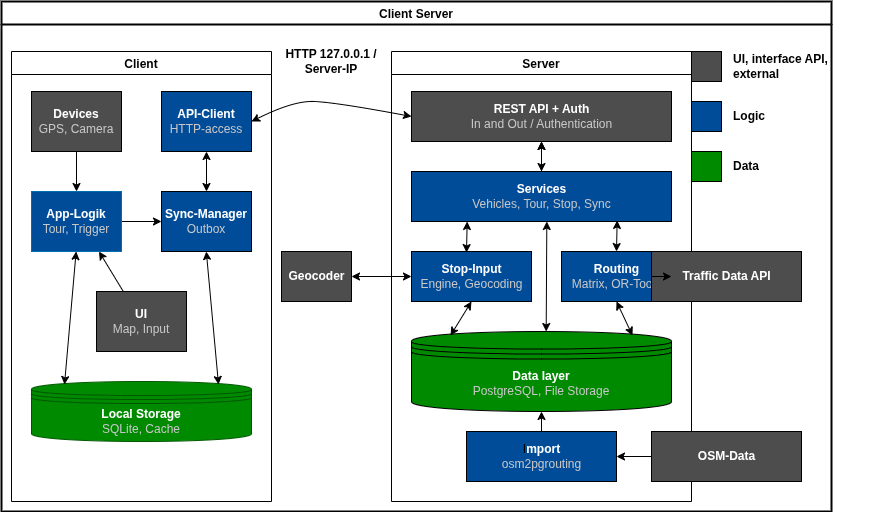
This is docs/architecture/data-architecture.drawio.png from gabrielbindi/VoBi-Tour, a draw.io export, as it was before one commit. Source tidied: cells renumbered, new cells last; positions are measured from the earlier drawing's top-left corner, leaving out a move shared by most shapes.
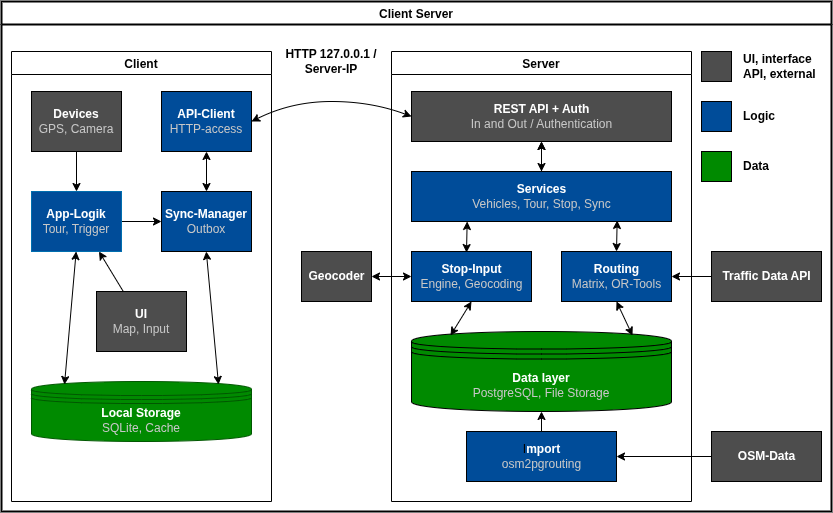
After the change.

The edit, as a diff of the source:
```diff
@@ -50,11 +50,6 @@
     <mxCell id="16" style="endArrow=classic;startArrow=classic;html=1;entryX=0.5;entryY=1;entryDx=0;entryDy=0;exitX=0.15;exitY=0.05;exitDx=0;exitDy=0;strokeColor=#000000;exitPerimeter=0;" parent="3" edge="1" source="6" target="14">
       <mxGeometry relative="1" as="geometry" />
     </mxCell>
-    <mxCell id="17" style="endArrow=classic;startArrow=classic;html=1;strokeColor=#000000;fontColor=#C7C7C7;entryX=0.791;entryY=0.979;entryDx=0;entryDy=0;exitX=0.518;exitY=0;exitDx=0;exitDy=0;entryPerimeter=0;exitPerimeter=0;" parent="3" edge="1" source="6">
-      <mxGeometry relative="1" as="geometry">
-        <mxPoint x="155.3" y="170" as="targetPoint" />
-      </mxGeometry>
-    </mxCell>
     <mxCell id="18" value="Client" style="swimlane;strokeColor=#000000;" parent="2" vertex="1">
       <mxGeometry x="10" y="50" width="260" height="450" as="geometry" />
     </mxCell>
@@ -101,7 +96,7 @@
     <mxCell id="31" style="curved=1;endArrow=classic;html=1;exitX=0;exitY=0.5;exitDx=0;exitDy=0;entryX=1;entryY=0.5;entryDx=0;entryDy=0;strokeColor=#000000;endFill=1;startArrow=classic;startFill=1;" parent="2" edge="1" source="4" target="19">
       <mxGeometry x="0.12" y="-7.13" relative="1" as="geometry">
         <Array as="points">
-          <mxPoint x="330" y="100" />
+          <mxPoint x="370" y="100" />
           <mxPoint x="290" y="100" />
         </Array>
       </mxGeometry>
@@ -110,7 +105,7 @@
       <mxGeometry x="270" y="30" width="120" height="60" as="geometry" />
     </mxCell>
     <mxCell id="33" value="&lt;b&gt;&lt;font color=&quot;#ffffff&quot;&gt;Traffic Data API&lt;/font&gt;&lt;/b&gt;" style="html=1;fillColor=#4D4D4D;" parent="2" vertex="1">
-      <mxGeometry x="650" y="250" width="150" height="50" as="geometry" />
+      <mxGeometry x="710" y="250" width="110" height="50" as="geometry" />
     </mxCell>
     <mxCell id="34" style="endArrow=classic;html=1;entryX=1;entryY=0.5;entryDx=0;entryDy=0;strokeColor=#000000;exitX=0;exitY=0.5;exitDx=0;exitDy=0;" parent="2" edge="1" source="33" target="5">
       <mxGeometry relative="1" as="geometry" />
@@ -119,28 +114,28 @@
       <mxGeometry relative="1" as="geometry" />
     </mxCell>
     <mxCell id="36" value="&lt;font color=&quot;#ffffff&quot;&gt;&lt;b&gt;OSM-Data&lt;/b&gt;&lt;/font&gt;" style="html=1;fillColor=#4D4D4D;" parent="2" vertex="1">
-      <mxGeometry x="650" y="430" width="150" height="50" as="geometry" />
+      <mxGeometry x="710" y="430" width="110" height="50" as="geometry" />
     </mxCell>
     <mxCell id="37" value="&lt;b&gt;&lt;font color=&quot;#ffffff&quot;&gt;Geocoder&lt;/font&gt;&lt;/b&gt;" style="html=1;fillColor=#4D4D4D;" parent="2" vertex="1">
-      <mxGeometry x="280" y="250" width="70" height="50" as="geometry" />
+      <mxGeometry x="300" y="250" width="70" height="50" as="geometry" />
     </mxCell>
     <mxCell id="38" style="whiteSpace=wrap;html=1;fillColor=#4D4D4D;" parent="2" vertex="1">
-      <mxGeometry x="690" y="50" width="30" height="30" as="geometry" />
+      <mxGeometry x="700" y="50" width="30" height="30" as="geometry" />
     </mxCell>
     <mxCell id="39" style="whiteSpace=wrap;html=1;fillColor=#004C99;" parent="2" vertex="1">
-      <mxGeometry x="690" y="100" width="30" height="30" as="geometry" />
+      <mxGeometry x="700" y="100" width="30" height="30" as="geometry" />
     </mxCell>
     <mxCell id="40" style="whiteSpace=wrap;html=1;fillColor=#008A00;" parent="2" vertex="1">
-      <mxGeometry x="690" y="150" width="30" height="30" as="geometry" />
+      <mxGeometry x="700" y="150" width="30" height="30" as="geometry" />
     </mxCell>
     <mxCell id="41" value="&lt;b&gt;UI, interface API, external&lt;/b&gt;" style="text;html=1;strokeColor=none;fillColor=none;align=left;verticalAlign=middle;whiteSpace=wrap;rounded=0;fontColor=#000000;" parent="2" vertex="1">
-      <mxGeometry x="730" y="50" width="140" height="30" as="geometry" />
+      <mxGeometry x="740" y="50" width="90" height="30" as="geometry" />
     </mxCell>
     <mxCell id="42" value="&lt;b&gt;Logic&lt;/b&gt;" style="text;html=1;strokeColor=none;fillColor=none;align=left;verticalAlign=middle;whiteSpace=wrap;rounded=0;fontColor=#000000;" parent="2" vertex="1">
-      <mxGeometry x="730" y="100" width="140" height="30" as="geometry" />
+      <mxGeometry x="740" y="100" width="90" height="30" as="geometry" />
     </mxCell>
     <mxCell id="43" value="&lt;b&gt;Data&lt;/b&gt;" style="text;html=1;strokeColor=none;fillColor=none;align=left;verticalAlign=middle;whiteSpace=wrap;rounded=0;fontColor=#000000;" parent="2" vertex="1">
-      <mxGeometry x="730" y="150" width="140" height="30" as="geometry" />
+      <mxGeometry x="740" y="150" width="90" height="30" as="geometry" />
     </mxCell>
     <mxCell id="44" style="endArrow=classic;startArrow=classic;html=1;strokeColor=#000000;fontColor=#C7C7C7;entryX=1;entryY=0.5;entryDx=0;entryDy=0;" parent="2" edge="1" source="14" target="37">
       <mxGeometry relative="1" as="geometry" />
```
